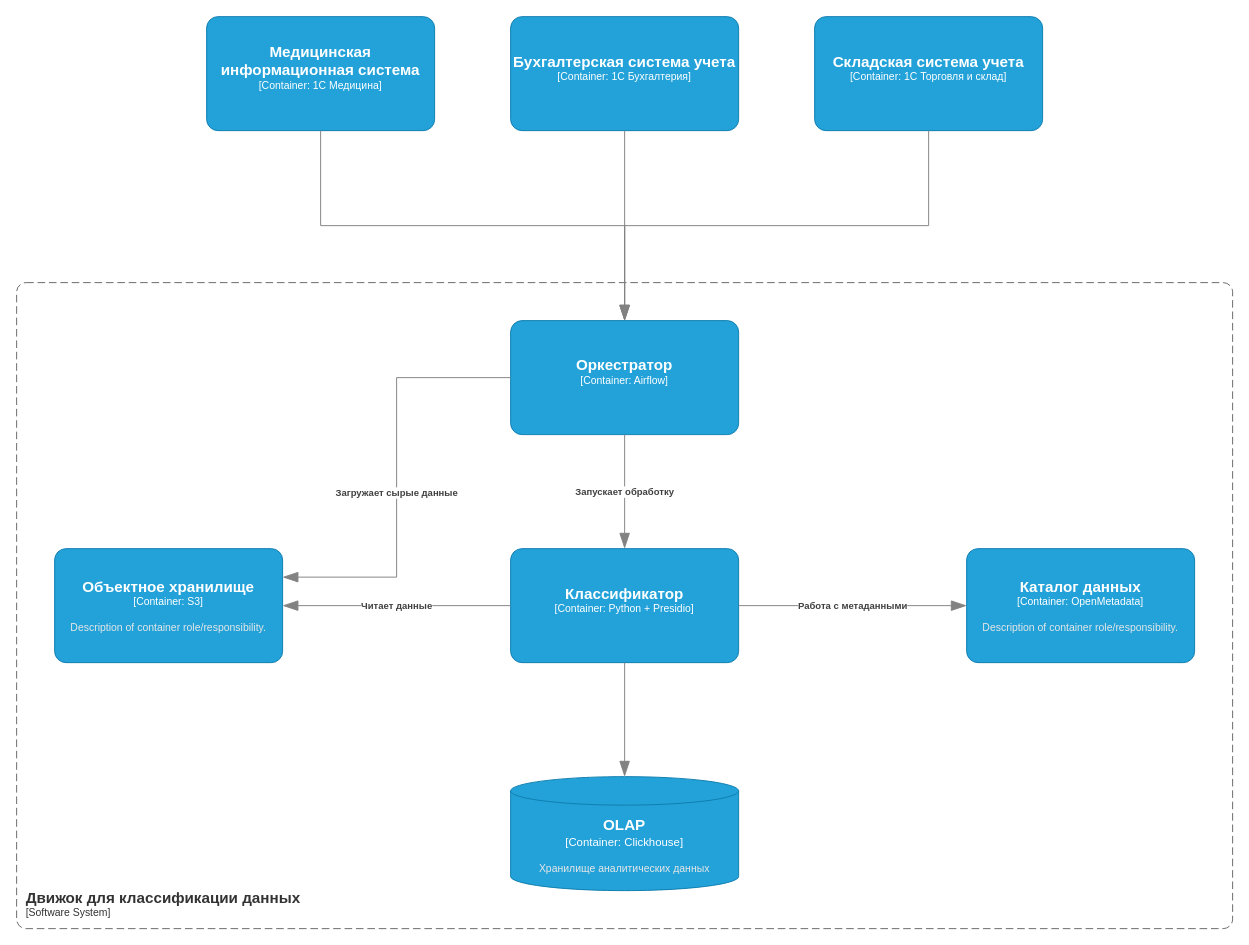
The draw.io diagram Task6/data_engine.drawio in rmd-practicum/architecture-medikamente, before the edit. Source tidied: cells renumbered, new cells numbered last; positions are measured from the earlier drawing's top-left corner, leaving out a move shared by most shapes. Both pictures are drawn from the tidied source at 95%, with x=0, y=0 at pixel (16, 16).
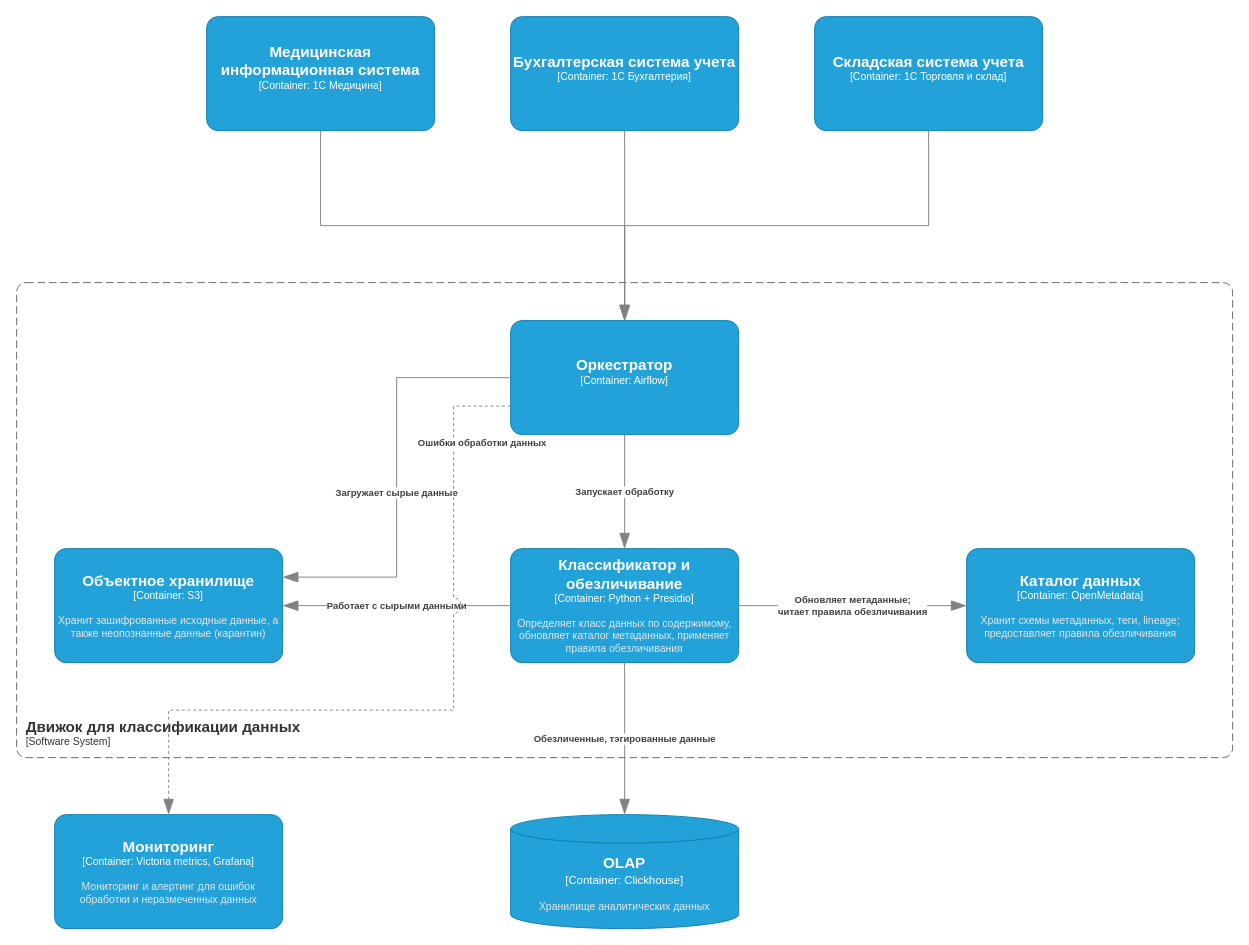
The same page after the edit.

The change refers to these unchanged cells:
```xml
<object id="6" label="&lt;font style=&quot;font-size: 16px&quot;&gt;&lt;b&gt;%c4Name%&lt;/b&gt;&lt;/font&gt;&lt;div&gt;[%c4Type%: %c4Technology%]&lt;/div&gt;&lt;br&gt;&lt;div&gt;&lt;font style=&quot;font-size: 11px&quot;&gt;&lt;font color=&quot;#E6E6E6&quot;&gt;%c4Description%&lt;/font&gt;&lt;/div&gt;" c4Description="" c4Name="Оркестратор" c4Technology="Airflow" c4Type="Container" placeholders="1">
  <mxCell style="rounded=1;whiteSpace=wrap;html=1;fontSize=11;labelBackgroundColor=none;fillColor=#23A2D9;fontColor=#ffffff;align=center;arcSize=10;strokeColor=#0E7DAD;points=[[0.25,0,0],[0.5,0,0],[0.75,0,0],[1,0.25,0],[1,0.5,0],[1,0.75,0],[0.75,1,0],[0.5,1,0],[0.25,1,0],[0,0.75,0],[0,0.5,0],[0,0.25,0]];" parent="1" vertex="1">
    <mxGeometry x="520" y="320" width="240" height="120" as="geometry" />
  </mxCell>
</object>
```

What changed in the source:
```diff
@@
     <object id="2" label="&lt;font style=&quot;font-size: 16px&quot;&gt;&lt;b&gt;&lt;div style=&quot;text-align: left&quot;&gt;%c4Name%&lt;/div&gt;&lt;/b&gt;&lt;/font&gt;&lt;div style=&quot;text-align: left&quot;&gt;[%c4Application%]&lt;/div&gt;" c4Application="Software System" c4Name="Движок для классификации данных" placeholders="1">
       <mxCell style="rounded=1;fontSize=11;whiteSpace=wrap;html=1;dashed=1;arcSize=20;fillColor=none;strokeColor=#666666;fontColor=#333333;labelBackgroundColor=none;align=left;verticalAlign=bottom;labelBorderColor=none;spacingTop=0;spacing=10;dashPattern=8 4;perimeter=rectanglePerimeter;noLabel=0;labelPadding=0;absoluteArcSize=1;" parent="1" vertex="1">
-        <mxGeometry y="280" width="1280" height="680" as="geometry" />
+        <mxGeometry y="280" width="1280" height="500" as="geometry" />
       </mxCell>
     </object>
@@
-    <object id="10" label="&lt;font style=&quot;font-size: 16px&quot;&gt;&lt;b&gt;%c4Name%&lt;/b&gt;&lt;/font&gt;&lt;div&gt;[%c4Type%: %c4Technology%]&lt;/div&gt;&lt;br&gt;&lt;div&gt;&lt;font style=&quot;font-size: 11px&quot;&gt;&lt;font color=&quot;#E6E6E6&quot;&gt;%c4Description%&lt;/font&gt;&lt;/div&gt;" c4Description="Description of container role/responsibility." c4Name="Объектное хранилище" c4Technology="S3" c4Type="Container" placeholders="1">
+    <object id="10" label="&lt;font style=&quot;font-size: 16px&quot;&gt;&lt;b&gt;%c4Name%&lt;/b&gt;&lt;/font&gt;&lt;div&gt;[%c4Type%: %c4Technology%]&lt;/div&gt;&lt;br&gt;&lt;div&gt;&lt;font style=&quot;font-size: 11px&quot;&gt;&lt;font color=&quot;#E6E6E6&quot;&gt;%c4Description%&lt;/font&gt;&lt;/div&gt;" c4Description="Хранит зашифрованные исходные данные, а также неопознанные данные (карантин)" c4Name="Объектное хранилище" c4Technology="S3" c4Type="Container" placeholders="1">
       <mxCell style="rounded=1;whiteSpace=wrap;html=1;fontSize=11;labelBackgroundColor=none;fillColor=#23A2D9;fontColor=#ffffff;align=center;arcSize=10;strokeColor=#0E7DAD;points=[[0.25,0,0],[0.5,0,0],[0.75,0,0],[1,0.25,0],[1,0.5,0],[1,0.75,0],[0.75,1,0],[0.5,1,0],[0.25,1,0],[0,0.75,0],[0,0.5,0],[0,0.25,0]];" parent="1" vertex="1">
         <mxGeometry x="40" y="560" width="240" height="120" as="geometry" />
       </mxCell>
     </object>
@@
-    <object id="12" label="&lt;font style=&quot;font-size: 16px&quot;&gt;&lt;b&gt;%c4Name%&lt;/b&gt;&lt;/font&gt;&lt;div&gt;[%c4Type%: %c4Technology%]&lt;/div&gt;&lt;br&gt;&lt;div&gt;&lt;font style=&quot;font-size: 11px&quot;&gt;&lt;font color=&quot;#E6E6E6&quot;&gt;%c4Description%&lt;/font&gt;&lt;/div&gt;" c4Description="" c4Name="Классификатор" c4Technology="Python + Presidio" c4Type="Container" placeholders="1">
+    <object id="12" label="&lt;font style=&quot;font-size: 16px&quot;&gt;&lt;b&gt;%c4Name%&lt;/b&gt;&lt;/font&gt;&lt;div&gt;[%c4Type%: %c4Technology%]&lt;/div&gt;&lt;br&gt;&lt;div&gt;&lt;font style=&quot;font-size: 11px&quot;&gt;&lt;font color=&quot;#E6E6E6&quot;&gt;%c4Description%&lt;/font&gt;&lt;/div&gt;" c4Description="Определяет класс данных по содержимому, обновляет каталог метаданных, применяет правила обезличивания" c4Name="Классификатор и обезличивание" c4Technology="Python + Presidio" c4Type="Container" placeholders="1">
       <mxCell style="rounded=1;whiteSpace=wrap;html=1;fontSize=11;labelBackgroundColor=none;fillColor=#23A2D9;fontColor=#ffffff;align=center;arcSize=10;strokeColor=#0E7DAD;points=[[0.25,0,0],[0.5,0,0],[0.75,0,0],[1,0.25,0],[1,0.5,0],[1,0.75,0],[0.75,1,0],[0.5,1,0],[0.25,1,0],[0,0.75,0],[0,0.5,0],[0,0.25,0]];" parent="1" vertex="1">
         <mxGeometry x="520" y="560" width="240" height="120" as="geometry" />
       </mxCell>
     </object>
@@
-    <object id="14" label="&lt;div style=&quot;text-align: left&quot;&gt;&lt;div style=&quot;text-align: center&quot;&gt;&lt;b&gt;%c4Description%&lt;/b&gt;&lt;/div&gt;" c4Description="Читает данные" placeholders="1">
+    <object id="14" label="&lt;div style=&quot;text-align: left&quot;&gt;&lt;div style=&quot;text-align: center&quot;&gt;&lt;b&gt;%c4Description%&lt;/b&gt;&lt;/div&gt;" c4Description="Работает с сырыми данными" placeholders="1">
       <mxCell style="endArrow=blockThin;html=1;fontSize=10;fontColor=#404040;strokeWidth=1;endFill=1;strokeColor=#828282;elbow=vertical;endSize=14;startSize=14;jumpStyle=arc;jumpSize=16;rounded=0;edgeStyle=orthogonalEdgeStyle;align=center;verticalAlign=middle;fontFamily=Helvetica;labelBackgroundColor=default;defaultLabelBackgroundColor=page;curved=0;exitX=0;exitY=0.5;exitDx=0;exitDy=0;exitPerimeter=0;entryX=1;entryY=0.5;entryDx=0;entryDy=0;entryPerimeter=0;" parent="1" edge="1" source="12" target="10">
         <mxGeometry relative="1" as="geometry" />
       </mxCell>
     </object>
-    <object id="15" label="&lt;font style=&quot;font-size: 16px&quot;&gt;&lt;b&gt;%c4Name%&lt;/b&gt;&lt;/font&gt;&lt;div&gt;[%c4Type%: %c4Technology%]&lt;/div&gt;&lt;br&gt;&lt;div&gt;&lt;font style=&quot;font-size: 11px&quot;&gt;&lt;font color=&quot;#E6E6E6&quot;&gt;%c4Description%&lt;/font&gt;&lt;/div&gt;" c4Description="Description of container role/responsibility." c4Name="Каталог данных" c4Technology="OpenMetadata" c4Type="Container" placeholders="1">
+    <object id="15" label="&lt;font style=&quot;font-size: 16px&quot;&gt;&lt;b&gt;%c4Name%&lt;/b&gt;&lt;/font&gt;&lt;div&gt;[%c4Type%: %c4Technology%]&lt;/div&gt;&lt;br&gt;&lt;div&gt;&lt;font style=&quot;font-size: 11px&quot;&gt;&lt;font color=&quot;#E6E6E6&quot;&gt;%c4Description%&lt;/font&gt;&lt;/div&gt;" c4Description="Хранит схемы метаданных, теги, lineage; предоставляет правила обезличивания" c4Name="Каталог данных" c4Technology="OpenMetadata" c4Type="Container" placeholders="1">
       <mxCell style="rounded=1;whiteSpace=wrap;html=1;fontSize=11;labelBackgroundColor=none;fillColor=#23A2D9;fontColor=#ffffff;align=center;arcSize=10;strokeColor=#0E7DAD;points=[[0.25,0,0],[0.5,0,0],[0.75,0,0],[1,0.25,0],[1,0.5,0],[1,0.75,0],[0.75,1,0],[0.5,1,0],[0.25,1,0],[0,0.75,0],[0,0.5,0],[0,0.25,0]];" parent="1" vertex="1">
         <mxGeometry x="1000" y="560" width="240" height="120" as="geometry" />
       </mxCell>
     </object>
-    <object id="16" label="&lt;div style=&quot;text-align: left&quot;&gt;&lt;div style=&quot;text-align: center&quot;&gt;&lt;b&gt;%c4Description%&lt;/b&gt;&lt;/div&gt;" c4Description="Работа с метаданными" placeholders="1">
+    <object id="16" label="&lt;div style=&quot;text-align: left&quot;&gt;&lt;div style=&quot;text-align: center&quot;&gt;&lt;b&gt;%c4Description%&lt;/b&gt;&lt;/div&gt;" c4Description="Обновляет метаданные;&#10;читает правила обезличивания" placeholders="1">
       <mxCell style="endArrow=blockThin;html=1;fontSize=10;fontColor=#404040;strokeWidth=1;endFill=1;strokeColor=#828282;elbow=vertical;endSize=14;startSize=14;jumpStyle=arc;jumpSize=16;rounded=0;edgeStyle=orthogonalEdgeStyle;align=center;verticalAlign=middle;fontFamily=Helvetica;labelBackgroundColor=default;defaultLabelBackgroundColor=page;curved=0;exitX=1;exitY=0.5;exitDx=0;exitDy=0;exitPerimeter=0;entryX=0;entryY=0.5;entryDx=0;entryDy=0;entryPerimeter=0;" parent="1" edge="1" source="12" target="15">
         <mxGeometry relative="1" as="geometry" />
       </mxCell>
     </object>
     <object id="17" label="&lt;font style=&quot;font-size: 16px&quot;&gt;&lt;b&gt;%c4Name%&lt;/b&gt;&lt;/font&gt;&lt;div&gt;[%c4Type%:&amp;nbsp;%c4Technology%]&lt;/div&gt;&lt;br&gt;&lt;div&gt;&lt;font style=&quot;font-size: 11px&quot;&gt;&lt;font color=&quot;#E6E6E6&quot;&gt;%c4Description%&lt;/font&gt;&lt;/div&gt;" c4Description="Хранилище аналитических данных" c4Name="OLAP" c4Technology="Clickhouse" c4Type="Container" placeholders="1">
       <mxCell style="shape=cylinder3;size=15;whiteSpace=wrap;html=1;boundedLbl=1;rounded=0;labelBackgroundColor=none;fillColor=#23A2D9;fontSize=12;fontColor=#ffffff;align=center;strokeColor=#0E7DAD;points=[[0.5,0,0],[1,0.25,0],[1,0.5,0],[1,0.75,0],[0.5,1,0],[0,0.75,0],[0,0.5,0],[0,0.25,0]];" parent="1" vertex="1">
-        <mxGeometry x="520" y="800" width="240" height="120" as="geometry" />
+        <mxGeometry x="520" y="840" width="240" height="120" as="geometry" />
       </mxCell>
     </object>
-    <mxCell id="18" style="endArrow=blockThin;html=1;fontSize=10;fontColor=#404040;strokeWidth=1;endFill=1;strokeColor=#828282;elbow=vertical;endSize=14;startSize=14;jumpStyle=arc;jumpSize=16;rounded=0;edgeStyle=orthogonalEdgeStyle;align=center;verticalAlign=middle;fontFamily=Helvetica;labelBackgroundColor=default;defaultLabelBackgroundColor=page;curved=0;exitX=0.5;exitY=1;exitDx=0;exitDy=0;exitPerimeter=0;entryX=0.5;entryY=0;entryDx=0;entryDy=0;entryPerimeter=0;" parent="1" edge="1" source="12" target="17">
-      <mxGeometry relative="1" as="geometry" />
-    </mxCell>
+    <object id="18" label="&lt;div style=&quot;text-align: left&quot;&gt;&lt;div style=&quot;text-align: center&quot;&gt;&lt;b&gt;%c4Description%&lt;/b&gt;&lt;/div&gt;" c4Description="Обезличенные, тэгированные данные" placeholders="1">
+      <mxCell style="endArrow=blockThin;html=1;fontSize=10;fontColor=#404040;strokeWidth=1;endFill=1;strokeColor=#828282;elbow=vertical;endSize=14;startSize=14;jumpStyle=arc;jumpSize=16;rounded=0;edgeStyle=orthogonalEdgeStyle;align=center;verticalAlign=middle;fontFamily=Helvetica;labelBackgroundColor=default;defaultLabelBackgroundColor=page;curved=0;exitX=0.5;exitY=1;exitDx=0;exitDy=0;exitPerimeter=0;entryX=0.5;entryY=0;entryDx=0;entryDy=0;entryPerimeter=0;" parent="1" edge="1" source="12" target="17">
+        <mxGeometry relative="1" as="geometry" />
+      </mxCell>
+    </object>
+    <object id="19" label="&lt;font style=&quot;font-size: 16px&quot;&gt;&lt;b&gt;%c4Name%&lt;/b&gt;&lt;/font&gt;&lt;div&gt;[%c4Type%: %c4Technology%]&lt;/div&gt;&lt;br&gt;&lt;div&gt;&lt;font style=&quot;font-size: 11px&quot;&gt;&lt;font color=&quot;#E6E6E6&quot;&gt;%c4Description%&lt;/font&gt;&lt;/div&gt;" c4Description="Мониторинг и алертинг для ошибок обработки и неразмеченных данных" c4Name="Мониторинг" c4Technology="Victoria metrics, Grafana" c4Type="Container" placeholders="1">
+      <mxCell style="rounded=1;whiteSpace=wrap;html=1;fontSize=11;labelBackgroundColor=none;fillColor=#23A2D9;fontColor=#ffffff;align=center;arcSize=10;strokeColor=#0E7DAD;points=[[0.25,0,0],[0.5,0,0],[0.75,0,0],[1,0.25,0],[1,0.5,0],[1,0.75,0],[0.75,1,0],[0.5,1,0],[0.25,1,0],[0,0.75,0],[0,0.5,0],[0,0.25,0]];" parent="1" vertex="1">
+        <mxGeometry x="40" y="840" width="240" height="120" as="geometry" />
+      </mxCell>
+    </object>
+    <object id="20" label="&lt;div style=&quot;text-align: left&quot;&gt;&lt;div style=&quot;text-align: center&quot;&gt;&lt;b&gt;%c4Description%&lt;/b&gt;&lt;/div&gt;" c4Description="Ошибки обработки данных" placeholders="1">
+      <mxCell style="endArrow=blockThin;html=1;fontSize=10;fontColor=#404040;strokeWidth=1;endFill=1;strokeColor=#828282;elbow=vertical;endSize=14;startSize=14;jumpStyle=arc;jumpSize=16;rounded=0;edgeStyle=orthogonalEdgeStyle;align=center;verticalAlign=middle;fontFamily=Helvetica;labelBackgroundColor=default;defaultLabelBackgroundColor=page;curved=0;exitX=0;exitY=0.75;exitDx=0;exitDy=0;exitPerimeter=0;entryX=0.5;entryY=0;entryDx=0;entryDy=0;entryPerimeter=0;dashed=1;" parent="1" edge="1" source="6" target="19">
+        <mxGeometry x="-0.75" y="30" relative="1" as="geometry">
+          <Array as="points">
+            <mxPoint x="460" y="410" />
+            <mxPoint x="460" y="730" />
+            <mxPoint x="160" y="730" />
+          </Array>
+        </mxGeometry>
+      </mxCell>
+    </object>
```
